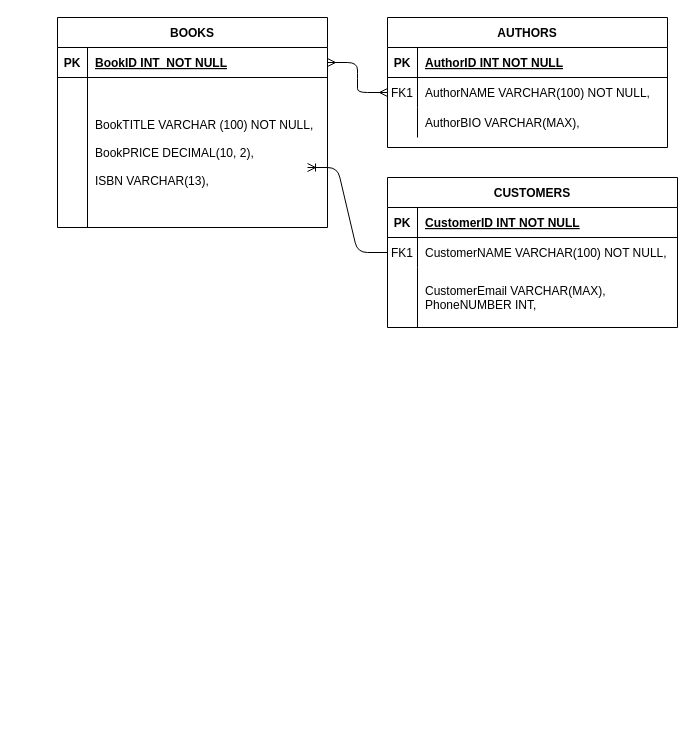
This is CSWS_Assignment1.drawio from KESHAVSHARMA40/KESHAVGITHUB, a draw.io file, before an edit. Source tidied: cells renumbered, new cells numbered last; positions are measured from the earlier drawing's top-left corner, leaving out a move shared by most shapes. Both pictures are drawn from the tidied source at 100%, with x=0, y=0 at pixel (57, 17).
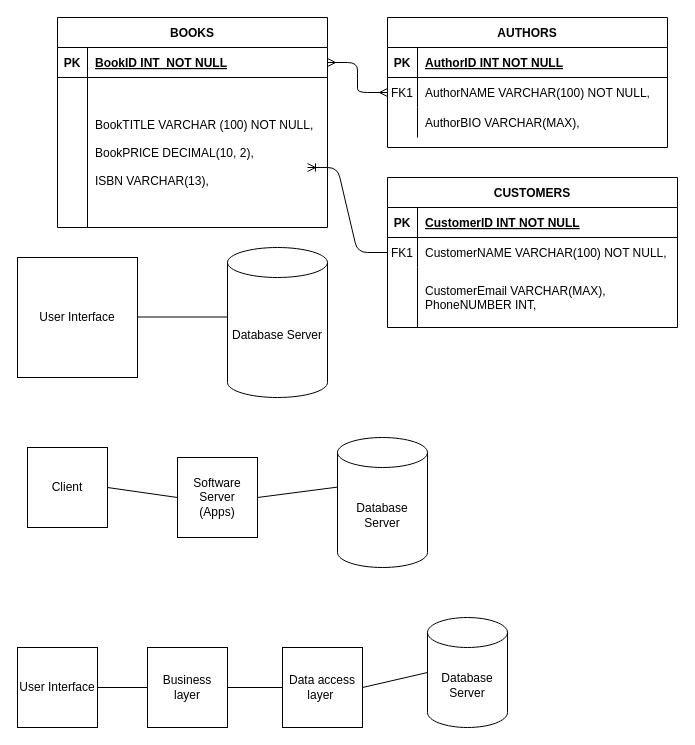
The same page after the edit.

The edit, as a diff of the source:
```diff
@@
+    <mxCell id="31" value="User Interface" style="whiteSpace=wrap;html=1;" parent="1" vertex="1">
+      <mxGeometry x="-40" y="240" width="120" height="120" as="geometry" />
+    </mxCell>
+    <mxCell id="32" style="endArrow=none;html=1;rounded=0;" parent="1" edge="1">
+      <mxGeometry relative="1" as="geometry">
+        <mxPoint x="80" y="299.5" as="sourcePoint" />
+        <mxPoint x="170" y="299.5" as="targetPoint" />
+      </mxGeometry>
+    </mxCell>
+    <mxCell id="33" value="Database Server" style="shape=cylinder3;whiteSpace=wrap;html=1;boundedLbl=1;backgroundOutline=1;size=15;" parent="1" vertex="1">
+      <mxGeometry x="170" y="230" width="100" height="150" as="geometry" />
+    </mxCell>
+    <mxCell id="34" value="Client&lt;br&gt;" style="whiteSpace=wrap;html=1;" parent="1" vertex="1">
+      <mxGeometry x="-30" y="430" width="80" height="80" as="geometry" />
+    </mxCell>
+    <mxCell id="35" value="Software Server&lt;br&gt;(Apps)" style="whiteSpace=wrap;html=1;" parent="1" vertex="1">
+      <mxGeometry x="120" y="440" width="80" height="80" as="geometry" />
+    </mxCell>
+    <mxCell id="36" value="Database Server" style="shape=cylinder3;whiteSpace=wrap;html=1;boundedLbl=1;backgroundOutline=1;size=15;" parent="1" vertex="1">
+      <mxGeometry x="280" y="420" width="90" height="130" as="geometry" />
+    </mxCell>
+    <mxCell id="37" style="endArrow=none;html=1;rounded=0;exitX=1;exitY=0.5;exitDx=0;exitDy=0;entryX=0;entryY=0.5;entryDx=0;entryDy=0;" parent="1" edge="1" source="34" target="35">
+      <mxGeometry relative="1" as="geometry" />
+    </mxCell>
+    <mxCell id="38" style="endArrow=none;html=1;rounded=0;exitX=1;exitY=0.5;exitDx=0;exitDy=0;" parent="1" edge="1" source="35">
+      <mxGeometry relative="1" as="geometry">
+        <mxPoint x="280" y="469.6" as="targetPoint" />
+      </mxGeometry>
+    </mxCell>
+    <mxCell id="39" value="User Interface" style="whiteSpace=wrap;html=1;" parent="1" vertex="1">
+      <mxGeometry x="-40" y="630" width="80" height="80" as="geometry" />
+    </mxCell>
+    <mxCell id="40" value="Business layer" style="whiteSpace=wrap;html=1;" parent="1" vertex="1">
+      <mxGeometry x="90" y="630" width="80" height="80" as="geometry" />
+    </mxCell>
+    <mxCell id="41" value="Data access layer&amp;nbsp;" style="whiteSpace=wrap;html=1;" parent="1" vertex="1">
+      <mxGeometry x="225" y="630" width="80" height="80" as="geometry" />
+    </mxCell>
+    <mxCell id="42" value="Database Server" style="shape=cylinder3;whiteSpace=wrap;html=1;boundedLbl=1;backgroundOutline=1;size=15;" parent="1" vertex="1">
+      <mxGeometry x="370" y="600" width="80" height="110" as="geometry" />
+    </mxCell>
+    <mxCell id="43" style="endArrow=none;html=1;rounded=0;" parent="1" edge="1" source="39">
+      <mxGeometry relative="1" as="geometry">
+        <mxPoint x="90" y="670" as="targetPoint" />
+      </mxGeometry>
+    </mxCell>
+    <mxCell id="44" style="endArrow=none;html=1;rounded=0;entryX=0;entryY=0.5;entryDx=0;entryDy=0;" parent="1" edge="1" source="40" target="41">
+      <mxGeometry relative="1" as="geometry" />
+    </mxCell>
+    <mxCell id="45" style="endArrow=none;html=1;rounded=0;entryX=0;entryY=0.5;entryDx=0;entryDy=0;entryPerimeter=0;exitX=1;exitY=0.5;exitDx=0;exitDy=0;" parent="1" edge="1" source="41" target="42">
+      <mxGeometry relative="1" as="geometry" />
+    </mxCell>
```
